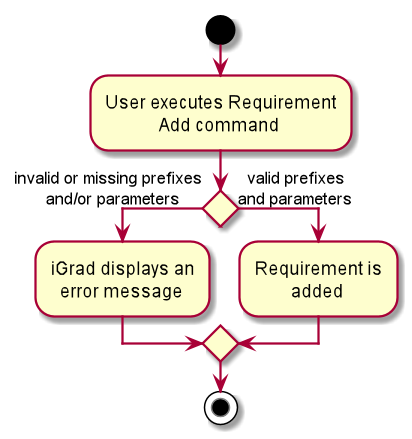
yjskrs/main keeps this PlantUML diagram as docs/images/developer-guide/RequirementAddActivityDiagram.png. Above is the earlier version. The source it was exported from:
```plantuml
@startuml
start
:User executes Requirement\n            Add command;

if () then (invalid or missing prefixes\n       and/or parameters)
    :iGrad displays an\n  error message;
else (  valid prefixes\nand parameters)
    :Requirement is\n        added;
endif
stop
@enduml
```
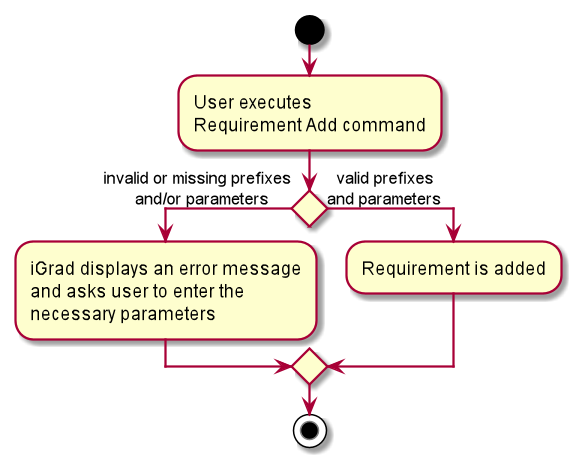
After the commit.

Change to the diagram source:
```diff
@@ -1,11 +1,11 @@
 @startuml
 start
-:User executes Requirement\n            Add command;
+:User executes\nRequirement Add command;
 
 if () then (invalid or missing prefixes\n       and/or parameters)
-    :iGrad displays an\n  error message;
+    :iGrad displays an error message\nand asks user to enter the\nnecessary parameters;
 else (  valid prefixes\nand parameters)
-    :Requirement is\n        added;
+    :Requirement is added;
 endif
 stop
 @enduml
```
